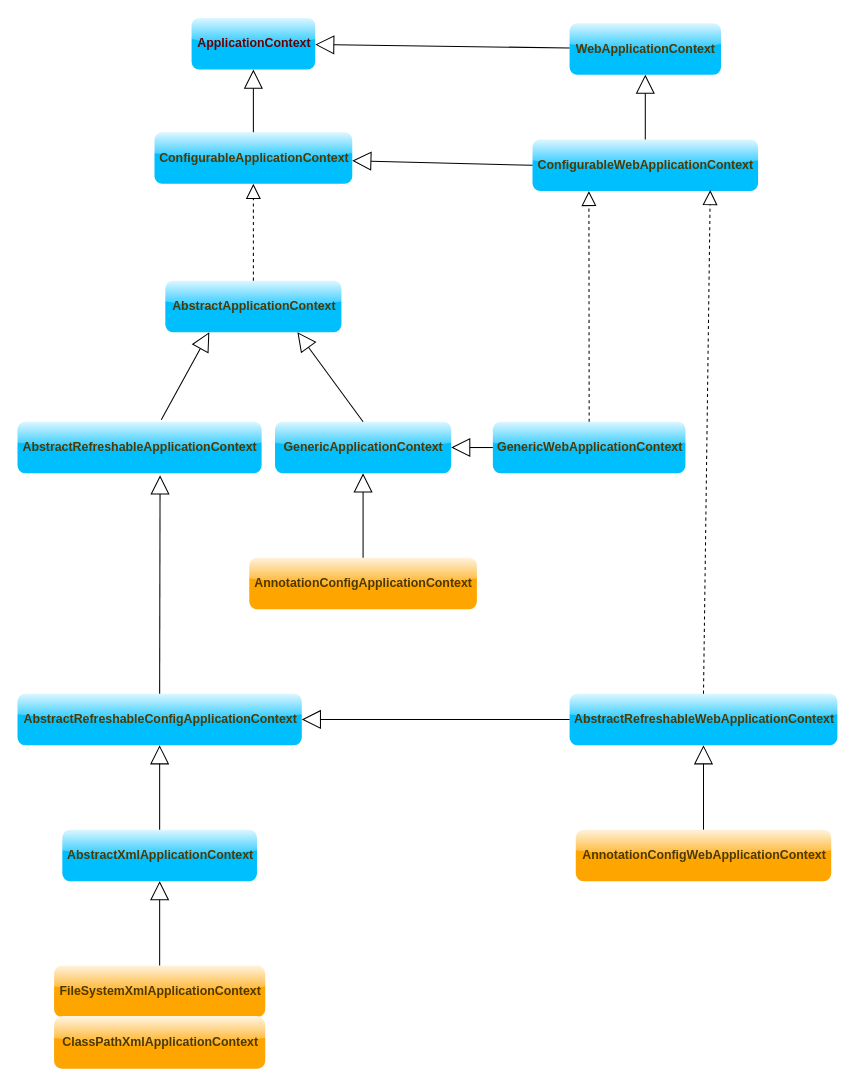
Before: drawio/spring/ioc/application-context-1.drawio in lbzhello/blog, a draw.io diagram. Source tidied: cells renumbered, new cells numbered last; positions are measured from the earlier drawing's top-left corner, leaving out a move shared by most shapes. Both pictures are drawn from the tidied source at 103%, with x=0, y=0 at pixel (18, 18).
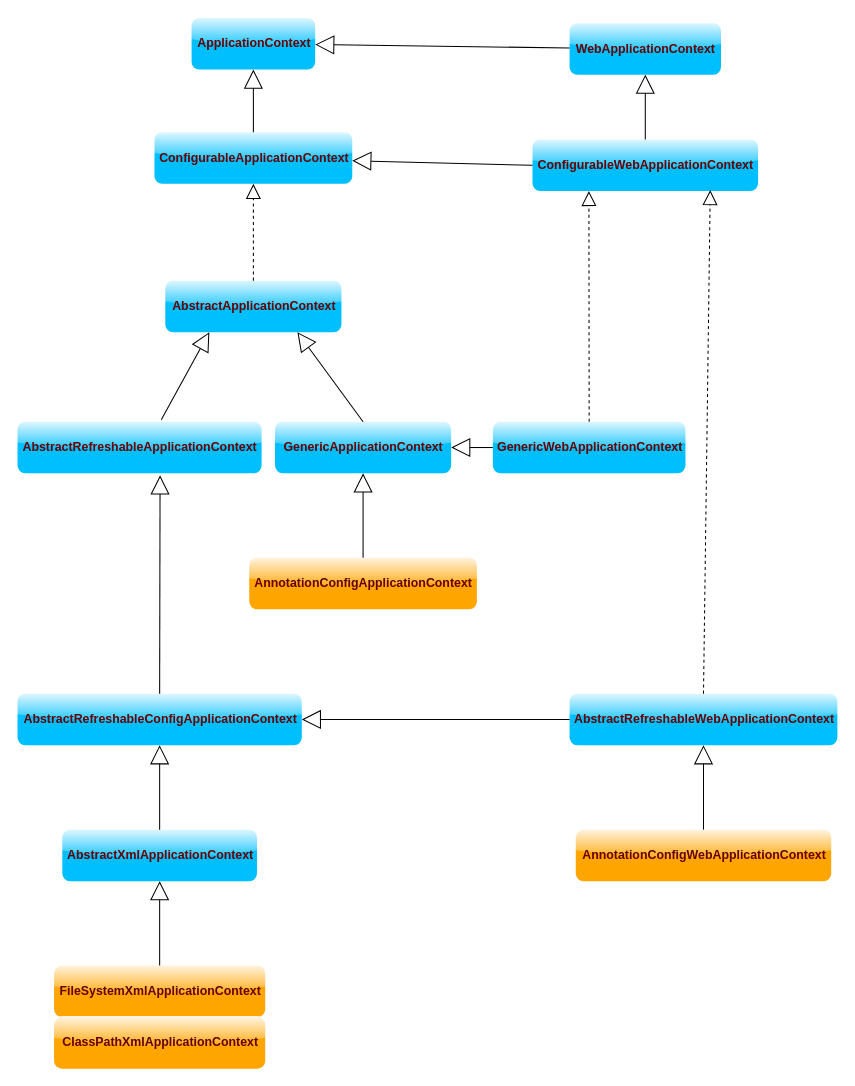
After the change.

The edit, as a diff of the source:
```diff
@@
-    <mxCell id="3" value="&lt;b&gt;&lt;font color=&quot;#4d3900&quot;&gt;ConfigurableApplicationContext&lt;/font&gt;&lt;/b&gt;" style="html=1;fillColor=#00bfff;strokeColor=none;glass=1;rounded=1;comic=0;" parent="1" vertex="1">
+    <mxCell id="3" value="&lt;b&gt;&lt;font color=&quot;#660000&quot;&gt;ConfigurableApplicationContext&lt;/font&gt;&lt;/b&gt;" style="html=1;fillColor=#00bfff;strokeColor=none;glass=1;rounded=1;comic=0;" parent="1" vertex="1">
       <mxGeometry x="132.5" y="111" width="192" height="50" as="geometry" />
     </mxCell>
@@
-    <mxCell id="5" value="&lt;b&gt;&lt;font color=&quot;#4d3900&quot;&gt;WebApplicationContext&lt;/font&gt;&lt;/b&gt;" style="html=1;fillColor=#00bfff;strokeColor=none;glass=1;rounded=1;comic=0;" parent="1" vertex="1">
+    <mxCell id="5" value="&lt;b&gt;&lt;font color=&quot;#660000&quot;&gt;WebApplicationContext&lt;/font&gt;&lt;/b&gt;" style="html=1;fillColor=#00bfff;strokeColor=none;glass=1;rounded=1;comic=0;" parent="1" vertex="1">
       <mxGeometry x="535.5" y="5" width="147" height="50" as="geometry" />
     </mxCell>
@@
-    <mxCell id="7" value="&lt;b&gt;&lt;font color=&quot;#4d3900&quot;&gt;AbstractApplicationContext&lt;/font&gt;&lt;/b&gt;" style="html=1;fillColor=#00bfff;strokeColor=none;glass=1;rounded=1;comic=0;" parent="1" vertex="1">
+    <mxCell id="7" value="&lt;b&gt;&lt;font color=&quot;#660000&quot;&gt;AbstractApplicationContext&lt;/font&gt;&lt;/b&gt;" style="html=1;fillColor=#00bfff;strokeColor=none;glass=1;rounded=1;comic=0;" parent="1" vertex="1">
       <mxGeometry x="143" y="255" width="171" height="50" as="geometry" />
     </mxCell>
-    <mxCell id="8" value="&lt;b&gt;&lt;font color=&quot;#4d3900&quot;&gt;ConfigurableWebApplicationContext&lt;/font&gt;&lt;/b&gt;" style="html=1;fillColor=#00bfff;strokeColor=none;glass=1;rounded=1;comic=0;" parent="1" vertex="1">
+    <mxCell id="8" value="&lt;b&gt;&lt;font color=&quot;#660000&quot;&gt;ConfigurableWebApplicationContext&lt;/font&gt;&lt;/b&gt;" style="html=1;fillColor=#00bfff;strokeColor=none;glass=1;rounded=1;comic=0;" parent="1" vertex="1">
       <mxGeometry x="499.5" y="118" width="219" height="50" as="geometry" />
     </mxCell>
@@
-    <mxCell id="12" value="&lt;b&gt;&lt;font color=&quot;#4d3900&quot;&gt;AbstractRefreshableApplicationContext&lt;/font&gt;&lt;/b&gt;" style="html=1;fillColor=#00bfff;strokeColor=none;glass=1;rounded=1;comic=0;" parent="1" vertex="1">
+    <mxCell id="12" value="&lt;b&gt;&lt;font color=&quot;#660000&quot;&gt;AbstractRefreshableApplicationContext&lt;/font&gt;&lt;/b&gt;" style="html=1;fillColor=#00bfff;strokeColor=none;glass=1;rounded=1;comic=0;" parent="1" vertex="1">
       <mxGeometry x="-0.5" y="392" width="237" height="50" as="geometry" />
     </mxCell>
@@
-    <mxCell id="14" value="&lt;b&gt;&lt;font color=&quot;#4d3900&quot;&gt;GenericApplicationContext&lt;/font&gt;&lt;/b&gt;" style="html=1;fillColor=#00bfff;strokeColor=none;glass=1;rounded=1;comic=0;" parent="1" vertex="1">
+    <mxCell id="14" value="&lt;b&gt;&lt;font color=&quot;#660000&quot;&gt;GenericApplicationContext&lt;/font&gt;&lt;/b&gt;" style="html=1;fillColor=#00bfff;strokeColor=none;glass=1;rounded=1;comic=0;" parent="1" vertex="1">
       <mxGeometry x="249.5" y="392" width="171" height="50" as="geometry" />
     </mxCell>
@@
-    <mxCell id="16" value="&lt;b&gt;&lt;font color=&quot;#4d3900&quot;&gt;AbstractRefreshableWebApplicationContext&lt;/font&gt;&lt;/b&gt;" style="html=1;fillColor=#00bfff;strokeColor=none;glass=1;rounded=1;comic=0;" parent="1" vertex="1">
+    <mxCell id="16" value="&lt;b&gt;&lt;font color=&quot;#660000&quot;&gt;AbstractRefreshableWebApplicationContext&lt;/font&gt;&lt;/b&gt;" style="html=1;fillColor=#00bfff;strokeColor=none;glass=1;rounded=1;comic=0;" parent="1" vertex="1">
       <mxGeometry x="535.5" y="656" width="260" height="50" as="geometry" />
     </mxCell>
@@
-    <mxCell id="19" value="&lt;b&gt;&lt;font color=&quot;#4d3900&quot;&gt;GenericWebApplicationContext&lt;/font&gt;&lt;/b&gt;" style="html=1;fillColor=#00bfff;strokeColor=none;glass=1;rounded=1;comic=0;" parent="1" vertex="1">
+    <mxCell id="19" value="&lt;b&gt;&lt;font color=&quot;#660000&quot;&gt;GenericWebApplicationContext&lt;/font&gt;&lt;/b&gt;" style="html=1;fillColor=#00bfff;strokeColor=none;glass=1;rounded=1;comic=0;" parent="1" vertex="1">
       <mxGeometry x="461" y="392" width="187" height="50" as="geometry" />
     </mxCell>
@@
-    <mxCell id="22" value="&lt;b&gt;&lt;font color=&quot;#4d3900&quot;&gt;AnnotationConfigApplicationContext&lt;/font&gt;&lt;/b&gt;" style="html=1;fillColor=#ffa500;strokeColor=none;glass=1;rounded=1;comic=0;gradientColor=none;" parent="1" vertex="1">
+    <mxCell id="22" value="&lt;b&gt;&lt;font color=&quot;#660000&quot;&gt;AnnotationConfigApplicationContext&lt;/font&gt;&lt;/b&gt;" style="html=1;fillColor=#ffa500;strokeColor=none;glass=1;rounded=1;comic=0;gradientColor=none;" parent="1" vertex="1">
       <mxGeometry x="224.5" y="524" width="221" height="50" as="geometry" />
     </mxCell>
@@
-    <mxCell id="24" value="&lt;b&gt;&lt;font color=&quot;#4d3900&quot;&gt;AbstractRefreshableConfigApplicationContext&lt;/font&gt;&lt;/b&gt;" style="html=1;fillColor=#00bfff;strokeColor=none;glass=1;rounded=1;comic=0;" parent="1" vertex="1">
+    <mxCell id="24" value="&lt;b&gt;&lt;font color=&quot;#660000&quot;&gt;AbstractRefreshableConfigApplicationContext&lt;/font&gt;&lt;/b&gt;" style="html=1;fillColor=#00bfff;strokeColor=none;glass=1;rounded=1;comic=0;" parent="1" vertex="1">
       <mxGeometry x="-0.5" y="656" width="276" height="50" as="geometry" />
     </mxCell>
@@
-    <mxCell id="26" value="&lt;b&gt;&lt;font color=&quot;#4d3900&quot;&gt;AbstractXmlApplicationContext&lt;/font&gt;&lt;/b&gt;" style="html=1;fillColor=#00bfff;strokeColor=none;glass=1;rounded=1;comic=0;" parent="1" vertex="1">
+    <mxCell id="26" value="&lt;b&gt;&lt;font color=&quot;#660000&quot;&gt;AbstractXmlApplicationContext&lt;/font&gt;&lt;/b&gt;" style="html=1;fillColor=#00bfff;strokeColor=none;glass=1;rounded=1;comic=0;" parent="1" vertex="1">
       <mxGeometry x="43" y="788" width="189" height="50" as="geometry" />
     </mxCell>
@@
-    <mxCell id="28" value="&lt;b&gt;&lt;font color=&quot;#4d3900&quot;&gt;FileSystemXmlApplicationContext&lt;/font&gt;&lt;/b&gt;&lt;b&gt;&lt;br&gt;&lt;/b&gt;" style="html=1;fillColor=#ffa500;strokeColor=none;glass=1;rounded=1;comic=0;gradientColor=none;" parent="1" vertex="1">
+    <mxCell id="28" value="&lt;b&gt;&lt;font color=&quot;#660000&quot;&gt;FileSystemXmlApplicationContext&lt;/font&gt;&lt;/b&gt;&lt;b&gt;&lt;br&gt;&lt;/b&gt;" style="html=1;fillColor=#ffa500;strokeColor=none;glass=1;rounded=1;comic=0;gradientColor=none;" parent="1" vertex="1">
       <mxGeometry x="35" y="920" width="205" height="50" as="geometry" />
     </mxCell>
@@
-    <mxCell id="30" value="&lt;b&gt;&lt;font color=&quot;#4d3900&quot;&gt;AnnotationConfigWebApplicationContext&lt;/font&gt;&lt;/b&gt;" style="html=1;fillColor=#ffa500;strokeColor=none;glass=1;rounded=1;comic=0;gradientColor=none;" parent="1" vertex="1">
+    <mxCell id="30" value="&lt;b&gt;&lt;font color=&quot;#660000&quot;&gt;AnnotationConfigWebApplicationContext&lt;/font&gt;&lt;/b&gt;" style="html=1;fillColor=#ffa500;strokeColor=none;glass=1;rounded=1;comic=0;gradientColor=none;" parent="1" vertex="1">
       <mxGeometry x="541.5" y="788" width="248" height="50" as="geometry" />
     </mxCell>
@@
-    <mxCell id="32" value="&lt;b&gt;&lt;font color=&quot;#4d3900&quot;&gt;ClassPathXmlApplicationContext&lt;/font&gt;&lt;/b&gt;" style="html=1;fillColor=#ffa500;strokeColor=none;glass=1;rounded=1;comic=0;gradientColor=none;" parent="1" vertex="1">
+    <mxCell id="32" value="&lt;b&gt;&lt;font color=&quot;#660000&quot;&gt;ClassPathXmlApplicationContext&lt;/font&gt;&lt;/b&gt;" style="html=1;fillColor=#ffa500;strokeColor=none;glass=1;rounded=1;comic=0;gradientColor=none;" parent="1" vertex="1">
       <mxGeometry x="35" y="970" width="205" height="50" as="geometry" />
     </mxCell>
```
